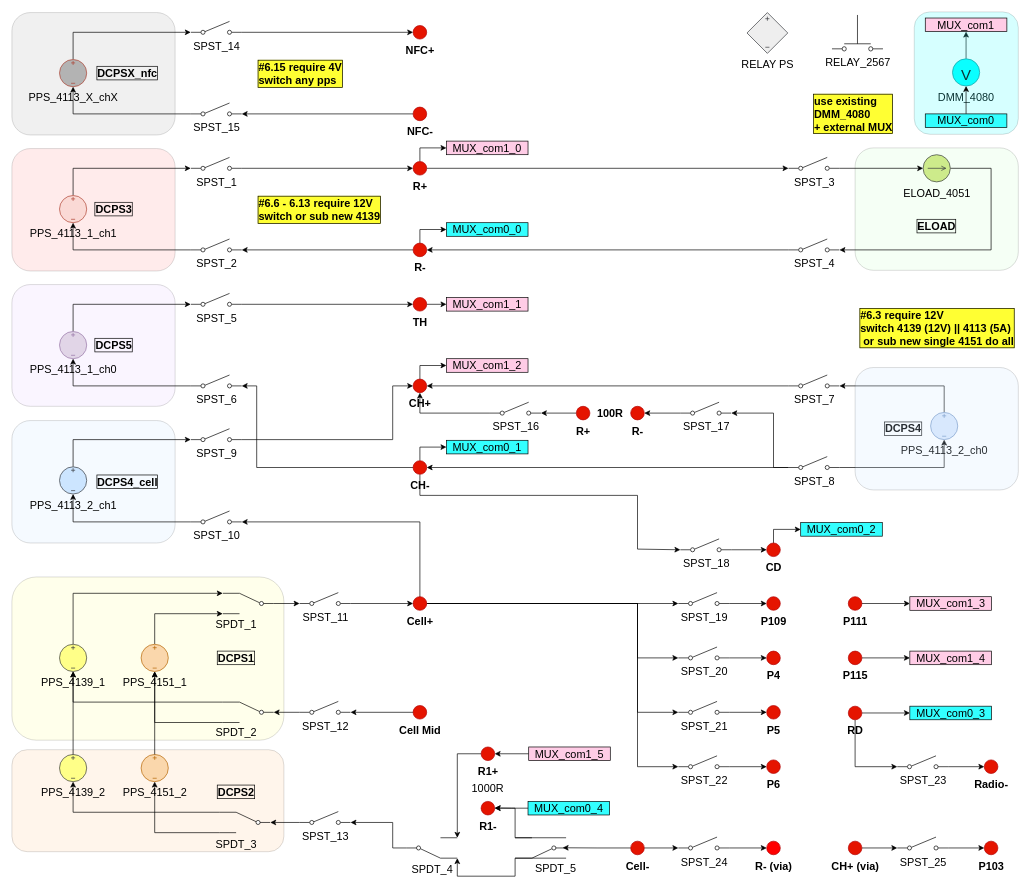
Before: BMS_device_B.drawio in ktlim-xy/draw-io, a draw.io diagram. Source tidied: cells renumbered, new cells numbered last; positions are measured from the earlier drawing's top-left corner, leaving out a move shared by most shapes. Both pictures are drawn from the tidied source at 68%, with x=0, y=0 at pixel (12, 12).
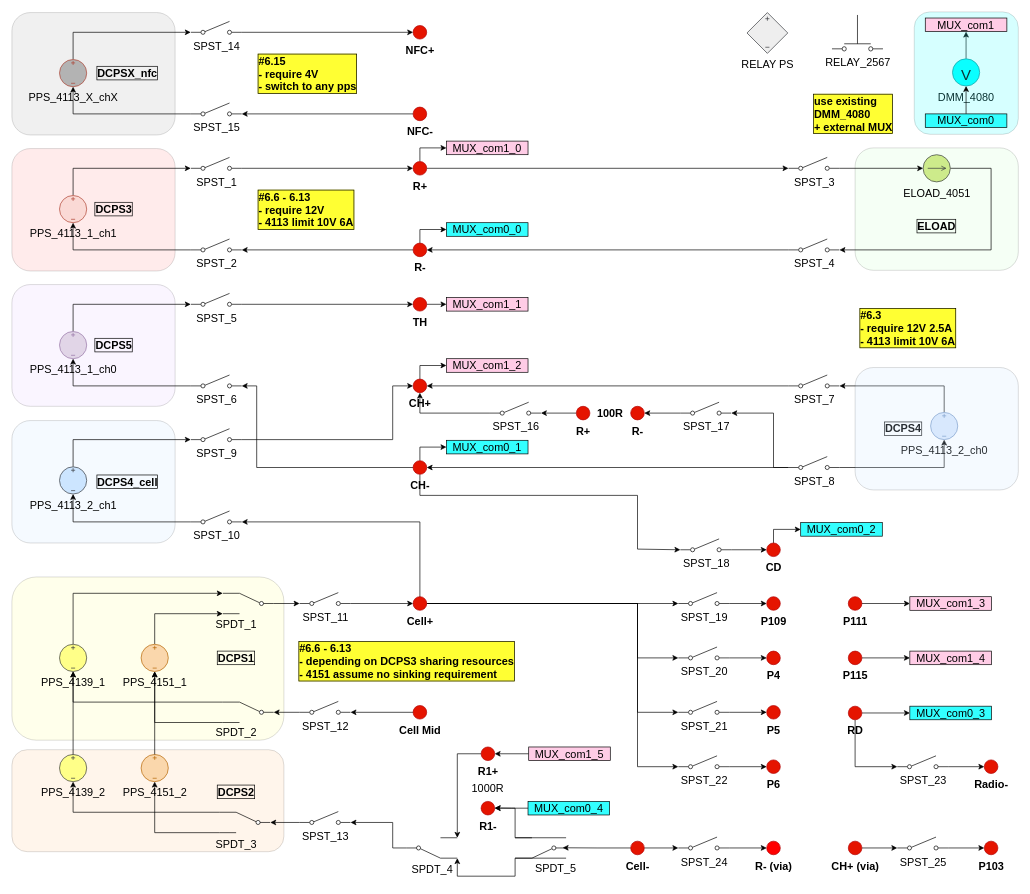
The same diagram, later.

What changed in the source:
```diff
@@
-    <mxCell id="153" value="#6.6 - 6.13 require 12V&lt;br&gt;switch or sub new 4139" style="text;html=1;whiteSpace=wrap;strokeColor=none;fillColor=none;align=left;verticalAlign=middle;rounded=0;fontStyle=1;fontColor=#000000;fontSize=16;labelBorderColor=default;labelBackgroundColor=#FFFF33;" parent="1" vertex="1">
+    <mxCell id="153" value="#6.6 - 6.13&lt;div&gt;- require 12V&lt;br&gt;- 4113 limit 10V 6A&lt;/div&gt;" style="text;html=1;whiteSpace=wrap;strokeColor=none;fillColor=none;align=left;verticalAlign=middle;rounded=0;fontStyle=1;fontColor=#000000;fontSize=16;labelBorderColor=default;labelBackgroundColor=#FFFF33;" parent="1" vertex="1">
       <mxGeometry x="360" y="276" width="230" height="30" as="geometry" />
     </mxCell>
-    <mxCell id="154" value="#6.15 require 4V&lt;div&gt;switch any pps&lt;/div&gt;" style="text;html=1;whiteSpace=wrap;strokeColor=none;fillColor=none;align=left;verticalAlign=middle;rounded=0;fontStyle=1;fontColor=#000000;fontSize=16;labelBorderColor=default;labelBackgroundColor=#FFFF33;" parent="1" vertex="1">
+    <mxCell id="154" value="#6.15&amp;nbsp;&lt;div&gt;- require 4V&lt;div&gt;- switch to any pps&lt;/div&gt;&lt;/div&gt;" style="text;html=1;whiteSpace=wrap;strokeColor=none;fillColor=none;align=left;verticalAlign=middle;rounded=0;fontStyle=1;fontColor=#000000;fontSize=16;labelBorderColor=default;labelBackgroundColor=#FFFF33;" parent="1" vertex="1">
       <mxGeometry x="360" y="76" width="180" height="30" as="geometry" />
     </mxCell>
-    <mxCell id="155" value="#6.3 require 12V&lt;br&gt;switch 4139 (12V) || 4113 (5A)&lt;br&gt;&amp;nbsp;or sub new single 4151 do all" style="text;html=1;whiteSpace=wrap;strokeColor=none;fillColor=none;align=left;verticalAlign=middle;rounded=0;fontStyle=1;fontColor=#000000;fontSize=16;labelBorderColor=default;labelBackgroundColor=#FFFF33;" parent="1" vertex="1">
+    <mxCell id="155" value="#6.3&lt;div&gt;- require 12V 2.5A&lt;/div&gt;&lt;div&gt;- 4113 limit 10V 6A&lt;/div&gt;" style="text;html=1;whiteSpace=wrap;strokeColor=none;fillColor=none;align=left;verticalAlign=middle;rounded=0;fontStyle=1;fontColor=#000000;fontSize=16;labelBorderColor=default;labelBackgroundColor=#FFFF33;" parent="1" vertex="1">
       <mxGeometry x="1245" y="440" width="235" height="49" as="geometry" />
     </mxCell>
@@
+    <mxCell id="187" value="#6.6 - 6.13&lt;div&gt;- depending on DCPS3 sharing resources&lt;/div&gt;&lt;div&gt;- 4151 assume no sinking requirement&lt;/div&gt;" style="text;html=1;whiteSpace=wrap;strokeColor=none;fillColor=none;align=left;verticalAlign=middle;rounded=0;fontStyle=1;fontColor=#000000;fontSize=16;labelBorderColor=default;labelBackgroundColor=#FFFF33;" parent="1" vertex="1">
+      <mxGeometry x="420" y="940" width="430" height="30" as="geometry" />
+    </mxCell>
```
